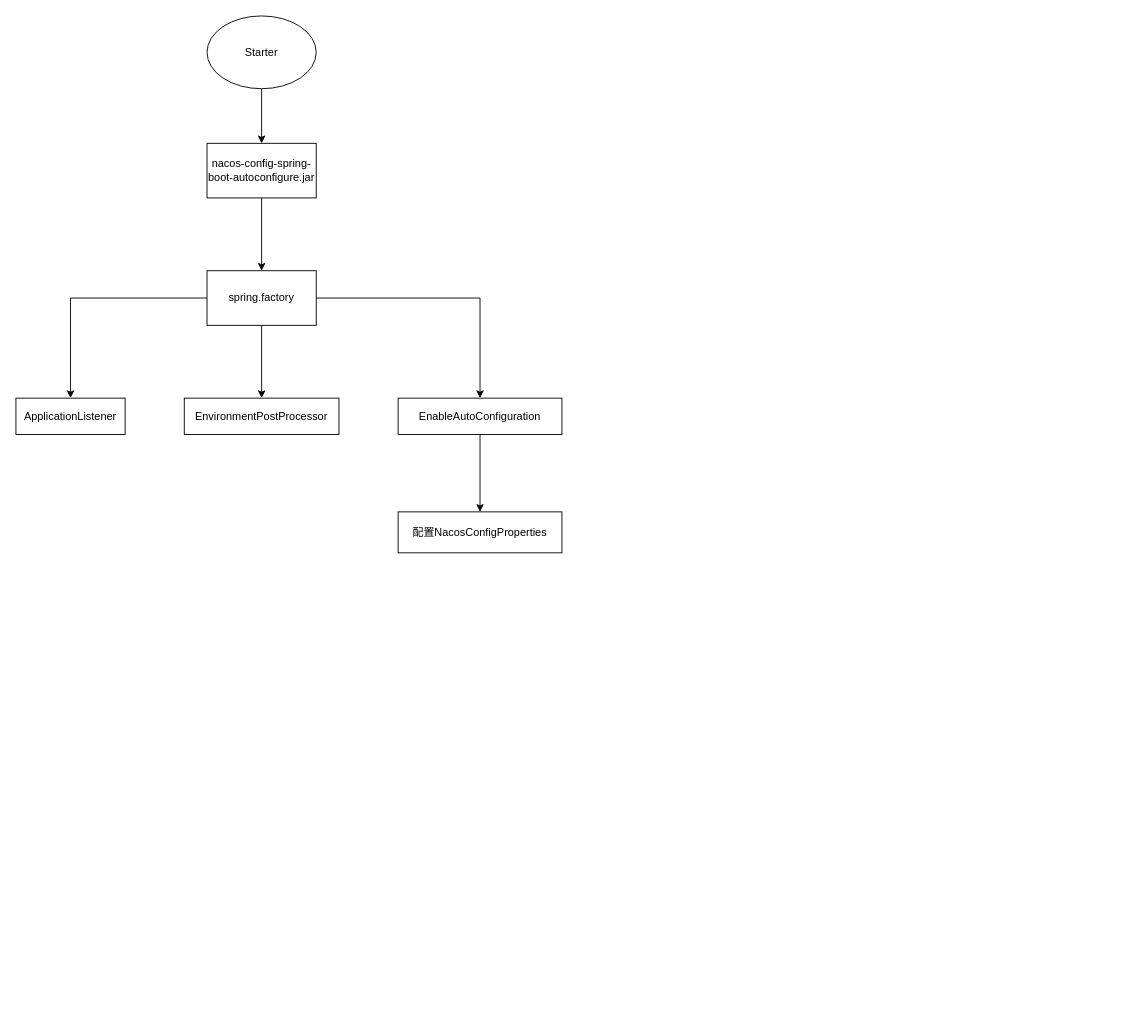
Above: nacos.drawio in dosjia/chart (draw.io), before the change. Source tidied: cells renumbered, new cells numbered last; positions are measured from the earlier drawing's top-left corner, leaving out a move shared by most shapes. Both pictures are drawn from the tidied source at 91%, with x=0, y=0 at pixel (15, 15).
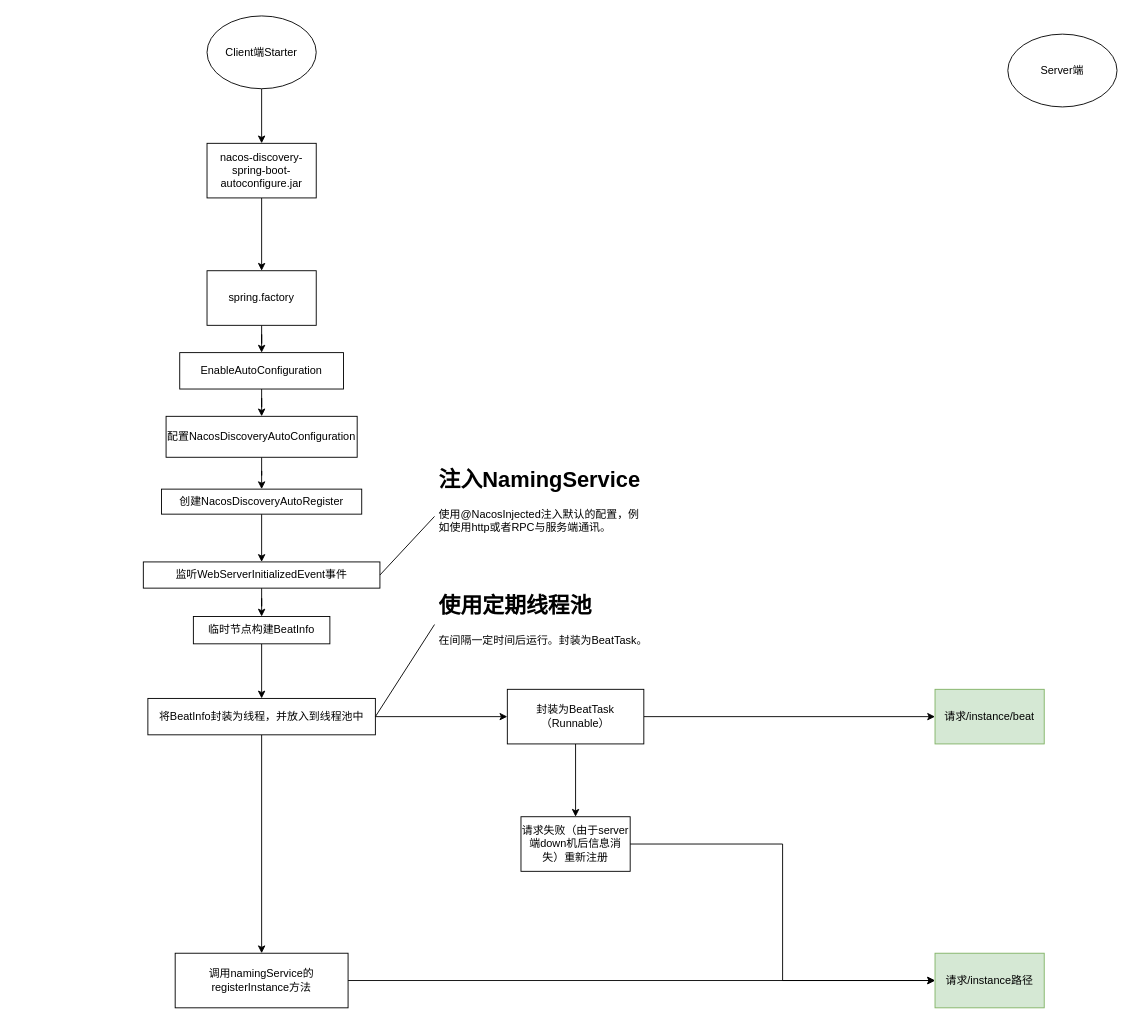
After the change.

The change refers to these unchanged cells:
```xml
<mxCell id="9" value="&lt;div&gt;spring.factory&lt;/div&gt;" style="whiteSpace=wrap;html=1;rounded=0;" parent="1" vertex="1">
  <mxGeometry x="210" y="280" width="120" height="60" as="geometry" />
</mxCell>
```

Change to the diagram source:
```diff
@@
-    <mxCell id="3" value="Starter" style="ellipse;whiteSpace=wrap;html=1;" parent="1" vertex="1">
+    <mxCell id="3" value="Client端Starter" style="ellipse;whiteSpace=wrap;html=1;" parent="1" vertex="1">
       <mxGeometry x="210" width="120" height="80" as="geometry" />
     </mxCell>
@@
-    <mxCell id="5" value="nacos-config-spring-boot-autoconfigure.jar" style="rounded=0;whiteSpace=wrap;html=1;" parent="1" vertex="1">
+    <mxCell id="5" value="nacos-discovery-spring-boot-autoconfigure.jar" style="rounded=0;whiteSpace=wrap;html=1;" parent="1" vertex="1">
       <mxGeometry x="210" y="140" width="120" height="60" as="geometry" />
     </mxCell>
@@
-    <mxCell id="7" style="edgeStyle=orthogonalEdgeStyle;rounded=0;jettySize=auto;html=1;" parent="1" edge="1" source="9" target="12">
-      <mxGeometry relative="1" as="geometry" />
-    </mxCell>
-    <mxCell id="8" style="edgeStyle=orthogonalEdgeStyle;rounded=0;jettySize=auto;html=1;" parent="1" edge="1" source="9" target="13">
-      <mxGeometry relative="1" as="geometry" />
-    </mxCell>
@@
     <mxCell id="11" value="EnableAutoConfiguration" style="whiteSpace=wrap;html=1;rounded=0;" parent="1" vertex="1">
-      <mxGeometry x="420" y="420" width="180" height="40" as="geometry" />
+      <mxGeometry x="180" y="370" width="180" height="40" as="geometry" />
     </mxCell>
-    <mxCell id="12" value="EnvironmentPostProcessor" style="whiteSpace=wrap;html=1;rounded=0;" parent="1" vertex="1">
-      <mxGeometry x="185" y="420" width="170" height="40" as="geometry" />
-    </mxCell>
-    <mxCell id="13" value="ApplicationListener" style="whiteSpace=wrap;html=1;rounded=0;" parent="1" vertex="1">
-      <mxGeometry y="420" width="120" height="40" as="geometry" />
-    </mxCell>
+    <mxCell id="15" style="edgeStyle=orthogonalEdgeStyle;rounded=0;jettySize=auto;html=1;" parent="1" edge="1" source="14" target="17">
+      <mxGeometry relative="1" as="geometry" />
+    </mxCell>
-    <mxCell id="14" value="配置NacosConfigProperties" style="whiteSpace=wrap;html=1;rounded=0;" parent="1" vertex="1">
-      <mxGeometry x="420" y="545" width="180" height="45" as="geometry" />
+    <mxCell id="14" value="配置NacosDiscoveryAutoConfiguration" style="whiteSpace=wrap;html=1;rounded=0;" parent="1" vertex="1">
+      <mxGeometry x="165" y="440" width="210" height="45" as="geometry" />
     </mxCell>
+    <mxCell id="16" style="edgeStyle=orthogonalEdgeStyle;rounded=0;jettySize=auto;html=1;" parent="1" edge="1" source="17" target="19">
+      <mxGeometry relative="1" as="geometry" />
+    </mxCell>
+    <mxCell id="17" value="创建NacosDiscoveryAutoRegister" style="whiteSpace=wrap;html=1;rounded=0;" parent="1" vertex="1">
+      <mxGeometry x="160" y="520" width="220" height="27.5" as="geometry" />
+    </mxCell>
+    <mxCell id="18" style="edgeStyle=orthogonalEdgeStyle;rounded=0;jettySize=auto;html=1;entryX=0.5;entryY=0;entryDx=0;entryDy=0;" parent="1" edge="1" source="19" target="27">
+      <mxGeometry relative="1" as="geometry" />
+    </mxCell>
+    <mxCell id="19" value="监听WebServerInitializedEvent事件" style="whiteSpace=wrap;html=1;rounded=0;" parent="1" vertex="1">
+      <mxGeometry x="140" y="600" width="260" height="28.8" as="geometry" />
+    </mxCell>
+    <mxCell id="20" value="&lt;h1&gt;注入NamingService&lt;/h1&gt;&lt;p&gt;使用@NacosInjected注入默认的配置，例如使用http或者RPC与服务端通讯。&lt;/p&gt;" style="text;html=1;strokeColor=none;fillColor=none;spacing=5;spacingTop=-20;whiteSpace=wrap;overflow=hidden;rounded=0;" parent="1" vertex="1">
+      <mxGeometry x="460" y="490" width="240" height="120" as="geometry" />
+    </mxCell>
+    <mxCell id="21" style="endArrow=none;html=1;rounded=0;entryX=0;entryY=0.5;entryDx=0;entryDy=0;exitX=1;exitY=0.5;exitDx=0;exitDy=0;" parent="1" edge="1" source="19" target="20">
+      <mxGeometry relative="1" as="geometry" />
+    </mxCell>
+    <mxCell id="22" style="edgeStyle=orthogonalEdgeStyle;rounded=0;jettySize=auto;html=1;exitX=1;exitY=0.5;exitDx=0;exitDy=0;" parent="1" edge="1" source="23" target="24">
+      <mxGeometry relative="1" as="geometry" />
+    </mxCell>
+    <mxCell id="23" value="调用namingService的registerInstance方法" style="whiteSpace=wrap;html=1;rounded=0;" parent="1" vertex="1">
+      <mxGeometry x="175" y="1030" width="190" height="60" as="geometry" />
+    </mxCell>
+    <mxCell id="24" value="请求/instance路径" style="whiteSpace=wrap;html=1;rounded=0;fillColor=#d5e8d4;strokeColor=#82b366;" parent="1" vertex="1">
+      <mxGeometry x="1010" y="1030" width="120" height="60" as="geometry" />
+    </mxCell>
+    <mxCell id="25" value="Server端" style="ellipse;whiteSpace=wrap;html=1;" parent="1" vertex="1">
+      <mxGeometry x="1090" y="20" width="120" height="80" as="geometry" />
+    </mxCell>
+    <mxCell id="26" style="edgeStyle=orthogonalEdgeStyle;rounded=0;jettySize=auto;html=1;" parent="1" edge="1" source="27" target="30">
+      <mxGeometry relative="1" as="geometry" />
+    </mxCell>
+    <mxCell id="27" value="临时节点构建BeatInfo" style="whiteSpace=wrap;html=1;rounded=0;" parent="1" vertex="1">
+      <mxGeometry x="195" y="660" width="150" height="30" as="geometry" />
+    </mxCell>
+    <mxCell id="28" style="edgeStyle=orthogonalEdgeStyle;rounded=0;jettySize=auto;html=1;exitX=0.5;exitY=1;exitDx=0;exitDy=0;entryX=0.5;entryY=0;entryDx=0;entryDy=0;" parent="1" edge="1" source="30" target="23">
+      <mxGeometry relative="1" as="geometry" />
+    </mxCell>
+    <mxCell id="29" style="edgeStyle=orthogonalEdgeStyle;rounded=0;jettySize=auto;html=1;" parent="1" edge="1" source="30" target="35">
+      <mxGeometry relative="1" as="geometry" />
+    </mxCell>
+    <mxCell id="30" value="将BeatInfo封装为线程，并放入到线程池中" style="whiteSpace=wrap;html=1;rounded=0;" parent="1" vertex="1">
+      <mxGeometry x="145" y="750" width="250" height="40" as="geometry" />
+    </mxCell>
+    <mxCell id="31" value="&lt;h1&gt;使用定期线程池&lt;/h1&gt;&lt;p&gt;在间隔一定时间后运行。封装为BeatTask。&lt;/p&gt;" style="text;html=1;strokeColor=none;fillColor=none;spacing=5;spacingTop=-20;whiteSpace=wrap;overflow=hidden;rounded=0;" parent="1" vertex="1">
+      <mxGeometry x="460" y="628.8" width="240" height="80" as="geometry" />
+    </mxCell>
+    <mxCell id="32" style="endArrow=none;html=1;rounded=0;entryX=0;entryY=0.5;entryDx=0;entryDy=0;exitX=1;exitY=0.5;exitDx=0;exitDy=0;" parent="1" edge="1" source="30" target="31">
+      <mxGeometry relative="1" as="geometry" />
+    </mxCell>
+    <mxCell id="33" style="edgeStyle=orthogonalEdgeStyle;rounded=0;jettySize=auto;html=1;" parent="1" edge="1" source="35" target="36">
+      <mxGeometry relative="1" as="geometry" />
+    </mxCell>
+    <mxCell id="34" style="edgeStyle=orthogonalEdgeStyle;rounded=0;jettySize=auto;html=1;" parent="1" edge="1" source="35" target="37">
+      <mxGeometry relative="1" as="geometry" />
+    </mxCell>
+    <mxCell id="35" value="封装为BeatTask（Runnable）" style="whiteSpace=wrap;html=1;rounded=0;" parent="1" vertex="1">
+      <mxGeometry x="540" y="740" width="150" height="60" as="geometry" />
+    </mxCell>
+    <mxCell id="36" value="请求/instance/beat" style="whiteSpace=wrap;html=1;rounded=0;fillColor=#d5e8d4;strokeColor=#82b366;" parent="1" vertex="1">
+      <mxGeometry x="1010" y="740" width="120" height="60" as="geometry" />
+    </mxCell>
+    <mxCell id="37" value="请求失败（由于server端down机后信息消失）重新注册" style="whiteSpace=wrap;html=1;rounded=0;" parent="1" vertex="1">
+      <mxGeometry x="555" y="880" width="120" height="60" as="geometry" />
+    </mxCell>
+    <mxCell id="38" style="endArrow=classic;html=1;rounded=0;entryX=0;entryY=0.5;entryDx=0;entryDy=0;exitX=1;exitY=0.5;exitDx=0;exitDy=0;edgeStyle=orthogonalEdgeStyle;" parent="1" edge="1" source="37" target="24">
+      <mxGeometry relative="1" as="geometry" />
+    </mxCell>
```
